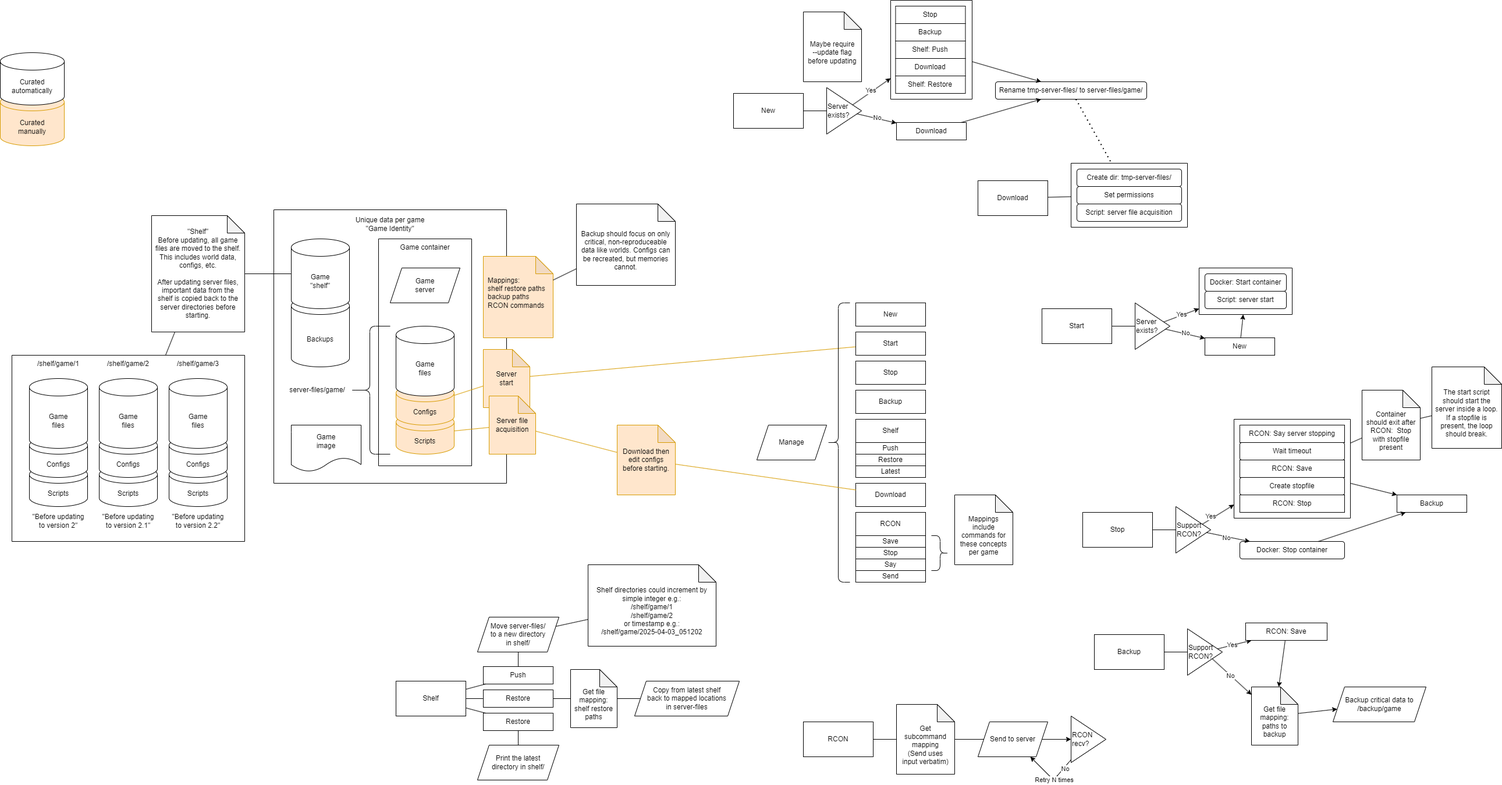
dstodev/factorio-server keeps this draw.io diagram as plan.drawio.png. Above is the earlier version. Source tidied: cells renumbered, new cells last; positions are measured from the earlier drawing's top-left corner, leaving out a move shared by most shapes.
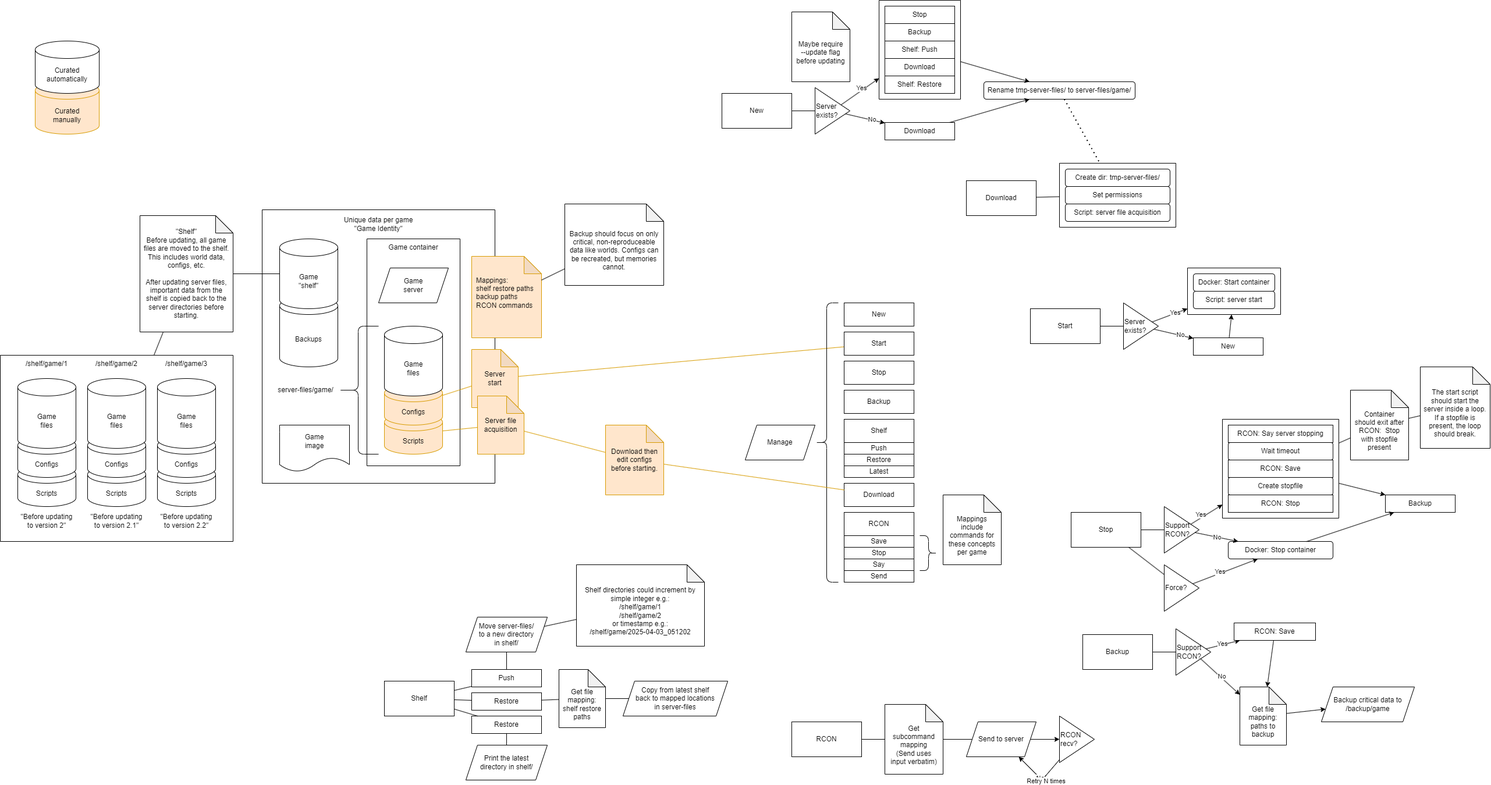
Later version of the same file.

The edit, as a diff of the source:
```diff
@@ -126,10 +126,10 @@
       <mxGeometry relative="1" as="geometry" />
     </mxCell>
     <mxCell id="43" value="Curated&lt;div&gt;manually&lt;/div&gt;" style="shape=cylinder3;whiteSpace=wrap;html=1;boundedLbl=1;backgroundOutline=1;size=15;verticalAlign=middle;fillColor=#ffe6cc;strokeColor=#d79b00;" parent="1" vertex="1">
-      <mxGeometry y="160" width="110" height="90" as="geometry" />
+      <mxGeometry x="80" y="140" width="110" height="90" as="geometry" />
     </mxCell>
     <mxCell id="44" value="Curated automatically" style="shape=cylinder3;whiteSpace=wrap;html=1;boundedLbl=1;backgroundOutline=1;size=15;verticalAlign=middle;strokeColor=default;align=center;fontFamily=Helvetica;fontSize=12;fontColor=default;fillColor=default;" parent="1" vertex="1">
-      <mxGeometry y="90" width="110" height="90" as="geometry" />
+      <mxGeometry x="80" y="70" width="110" height="90" as="geometry" />
     </mxCell>
     <mxCell id="45" value="&lt;div&gt;Download then edit configs before starting.&lt;/div&gt;" style="shape=note;whiteSpace=wrap;html=1;backgroundOutline=1;darkOpacity=0.05;strokeColor=#d79b00;align=center;verticalAlign=middle;fontFamily=Helvetica;fontSize=12;fillColor=#ffe6cc;spacing=6;" parent="1" vertex="1">
       <mxGeometry x="1060" y="730" width="100" height="120" as="geometry" />
@@ -159,7 +159,7 @@
       <mxGeometry relative="1" as="geometry" />
     </mxCell>
     <mxCell id="54" value="Yes" style="edgeLabel;html=1;align=center;verticalAlign=middle;rounded=1;strokeColor=default;fontFamily=Helvetica;fontSize=11;fontColor=default;labelBackgroundColor=default;" parent="53" vertex="1">
-      <mxGeometry x="-0.15" y="-1" relative="1" as="geometry">
+      <mxGeometry relative="1" as="geometry">
         <mxPoint x="2" y="-6" as="offset" />
       </mxGeometry>
     </mxCell>
@@ -167,7 +167,7 @@
       <mxGeometry relative="1" as="geometry" />
     </mxCell>
     <mxCell id="56" value="No" style="edgeLabel;html=1;align=center;verticalAlign=middle;rounded=1;strokeColor=default;fontFamily=Helvetica;fontSize=11;fontColor=default;labelBackgroundColor=default;" parent="55" vertex="1">
-      <mxGeometry x="-0.31" relative="1" as="geometry">
+      <mxGeometry relative="1" as="geometry">
         <mxPoint x="11" y="1" as="offset" />
       </mxGeometry>
     </mxCell>
@@ -220,25 +220,25 @@
       <mxGeometry x="1530" width="140" height="170" as="geometry" />
     </mxCell>
     <mxCell id="73" value="Backup" style="rounded=0;whiteSpace=wrap;html=1;" parent="72" vertex="1">
-      <mxGeometry x="8.5" y="40" width="120" height="30" as="geometry" />
+      <mxGeometry x="10" y="40" width="120" height="30" as="geometry" />
     </mxCell>
     <mxCell id="74" value="Shelf: Push" style="rounded=0;whiteSpace=wrap;html=1;" parent="72" vertex="1">
-      <mxGeometry x="8.5" y="70" width="120" height="30" as="geometry" />
+      <mxGeometry x="10" y="70" width="120" height="30" as="geometry" />
     </mxCell>
     <mxCell id="75" value="Stop" style="rounded=0;whiteSpace=wrap;html=1;" parent="72" vertex="1">
-      <mxGeometry x="8.5" y="10" width="120" height="30" as="geometry" />
+      <mxGeometry x="10" y="10" width="120" height="30" as="geometry" />
     </mxCell>
     <mxCell id="76" value="Download" style="rounded=0;whiteSpace=wrap;html=1;" parent="72" vertex="1">
-      <mxGeometry x="8.5" y="100" width="120" height="30" as="geometry" />
+      <mxGeometry x="10" y="100" width="120" height="30" as="geometry" />
     </mxCell>
     <mxCell id="77" value="Shelf: Restore" style="rounded=0;whiteSpace=wrap;html=1;" parent="72" vertex="1">
-      <mxGeometry x="8.5" y="130" width="120" height="30" as="geometry" />
+      <mxGeometry x="10" y="130" width="120" height="30" as="geometry" />
     </mxCell>
     <mxCell id="78" style="endArrow=classic;html=1;rounded=1;strokeColor=default;align=center;verticalAlign=middle;fontFamily=Helvetica;fontSize=11;fontColor=default;labelBackgroundColor=default;" parent="1" edge="1" source="69" target="71">
       <mxGeometry relative="1" as="geometry" />
     </mxCell>
     <mxCell id="79" value="No" style="edgeLabel;html=1;align=center;verticalAlign=middle;rounded=1;strokeColor=default;fontFamily=Helvetica;fontSize=11;fontColor=default;labelBackgroundColor=default;" parent="78" vertex="1">
-      <mxGeometry x="-0.31" relative="1" as="geometry">
+      <mxGeometry relative="1" as="geometry">
         <mxPoint x="11" y="1" as="offset" />
       </mxGeometry>
     </mxCell>
@@ -246,7 +246,7 @@
       <mxGeometry relative="1" as="geometry" />
     </mxCell>
     <mxCell id="81" value="Yes" style="edgeLabel;html=1;align=center;verticalAlign=middle;rounded=1;strokeColor=default;fontFamily=Helvetica;fontSize=11;fontColor=default;labelBackgroundColor=default;" parent="80" vertex="1">
-      <mxGeometry x="-0.31" relative="1" as="geometry">
+      <mxGeometry relative="1" as="geometry">
         <mxPoint x="9" y="-5" as="offset" />
       </mxGeometry>
     </mxCell>
@@ -309,10 +309,10 @@
       </mxGeometry>
     </mxCell>
     <mxCell id="100" value="No" style="edgeLabel;html=1;align=center;verticalAlign=middle;" parent="99" vertex="1">
-      <mxGeometry x="-0.64" y="2" relative="1" as="geometry" />
+      <mxGeometry relative="1" as="geometry" />
     </mxCell>
     <mxCell id="101" value="Retry N times" style="edgeLabel;html=1;align=center;verticalAlign=middle;" parent="99" vertex="1">
-      <mxGeometry x="0.1" y="3" relative="1" as="geometry">
+      <mxGeometry relative="1" as="geometry">
         <mxPoint x="10" y="5" as="offset" />
       </mxGeometry>
     </mxCell>
@@ -329,7 +329,7 @@
       <mxGeometry relative="1" as="geometry" />
     </mxCell>
     <mxCell id="106" value="Yes" style="edgeLabel;html=1;align=center;verticalAlign=middle;" parent="105" vertex="1">
-      <mxGeometry x="-0.13" y="-1" relative="1" as="geometry">
+      <mxGeometry relative="1" as="geometry">
         <mxPoint x="-10" as="offset" />
       </mxGeometry>
     </mxCell>
@@ -337,7 +337,7 @@
       <mxGeometry relative="1" as="geometry" />
     </mxCell>
     <mxCell id="108" value="No" style="edgeLabel;html=1;align=center;verticalAlign=middle;" parent="107" vertex="1">
-      <mxGeometry x="-0.09" y="-2" relative="1" as="geometry" />
+      <mxGeometry relative="1" as="geometry" />
     </mxCell>
     <mxCell id="109" style="endArrow=classic;html=1;" parent="1" edge="1" source="84" target="104">
       <mxGeometry relative="1" as="geometry" />
@@ -361,7 +361,7 @@
       <mxGeometry relative="1" as="geometry" />
     </mxCell>
     <mxCell id="116" value="Yes" style="edgeLabel;html=1;align=center;verticalAlign=middle;" parent="115" vertex="1">
-      <mxGeometry x="-0.13" y="-1" relative="1" as="geometry">
+      <mxGeometry relative="1" as="geometry">
         <mxPoint x="-1" y="-2" as="offset" />
       </mxGeometry>
     </mxCell>
@@ -369,7 +369,7 @@
       <mxGeometry relative="1" as="geometry" />
     </mxCell>
     <mxCell id="118" value="No" style="edgeLabel;html=1;align=center;verticalAlign=middle;" parent="117" vertex="1">
-      <mxGeometry x="-0.09" y="-2" relative="1" as="geometry">
+      <mxGeometry relative="1" as="geometry">
         <mxPoint x="2" y="-1" as="offset" />
       </mxGeometry>
     </mxCell>
@@ -437,7 +437,7 @@
       <mxGeometry x="680" y="1170" width="120" height="60" as="geometry" />
     </mxCell>
     <mxCell id="140" value="Push" style="rounded=0;whiteSpace=wrap;html=1;" parent="1" vertex="1">
-      <mxGeometry x="830" y="1145" width="120" height="30" as="geometry" />
+      <mxGeometry x="830" y="1150" width="120" height="30" as="geometry" />
     </mxCell>
     <mxCell id="141" style="endArrow=none;html=1;" parent="1" edge="1" source="139" target="140">
       <mxGeometry relative="1" as="geometry" />
@@ -446,7 +446,7 @@
       <mxGeometry relative="1" as="geometry" />
     </mxCell>
     <mxCell id="143" value="Restore" style="rounded=0;whiteSpace=wrap;html=1;" parent="1" vertex="1">
-      <mxGeometry x="830" y="1185" width="120" height="30" as="geometry" />
+      <mxGeometry x="830" y="1190" width="120" height="30" as="geometry" />
     </mxCell>
     <mxCell id="144" value="Get file mapping: shelf restore paths" style="shape=note;whiteSpace=wrap;html=1;backgroundOutline=1;darkOpacity=0.05;strokeColor=default;align=center;verticalAlign=middle;spacingTop=20;spacing=6;fontFamily=Helvetica;fontSize=12;fontColor=default;fillColor=default;" parent="1" vertex="1">
       <mxGeometry x="980" y="1150" width="80" height="100" as="geometry" />
@@ -467,7 +467,7 @@
       <mxGeometry relative="1" as="geometry" />
     </mxCell>
     <mxCell id="150" value="Restore" style="rounded=0;whiteSpace=wrap;html=1;" parent="1" vertex="1">
-      <mxGeometry x="830" y="1225" width="120" height="30" as="geometry" />
+      <mxGeometry x="830" y="1230" width="120" height="30" as="geometry" />
     </mxCell>
     <mxCell id="151" value="Print the latest directory in shelf/" style="shape=parallelogram;perimeter=parallelogramPerimeter;whiteSpace=wrap;html=1;fixedSize=1;strokeColor=default;align=center;verticalAlign=middle;spacingLeft=18;spacingRight=18;spacing=2;fontFamily=Helvetica;fontSize=12;fontColor=default;fillColor=default;" parent="1" vertex="1">
       <mxGeometry x="820" y="1280" width="140" height="60" as="geometry" />
@@ -502,5 +502,19 @@
     <mxCell id="161" value="Create dir: tmp-server-files/" style="rounded=1;whiteSpace=wrap;html=1;shadow=0;glass=0;" parent="158" vertex="1">
       <mxGeometry x="10" y="10" width="180" height="30" as="geometry" />
     </mxCell>
+    <mxCell id="162" value="Force?" style="triangle;whiteSpace=wrap;html=1;align=left;" parent="1" vertex="1">
+      <mxGeometry x="2020" y="970" width="60" height="80" as="geometry" />
+    </mxCell>
+    <mxCell id="163" style="endArrow=none;html=1;" parent="1" edge="1" source="83" target="162">
+      <mxGeometry relative="1" as="geometry" />
+    </mxCell>
+    <mxCell id="164" style="endArrow=classic;html=1;" parent="1" edge="1" source="162" target="84">
+      <mxGeometry relative="1" as="geometry" />
+    </mxCell>
+    <mxCell id="165" value="Yes" style="edgeLabel;html=1;align=center;verticalAlign=middle;" parent="164" vertex="1">
+      <mxGeometry relative="1" as="geometry">
+        <mxPoint x="-10" as="offset" />
+      </mxGeometry>
+    </mxCell>
   </root>
 </mxGraphModel>
```
